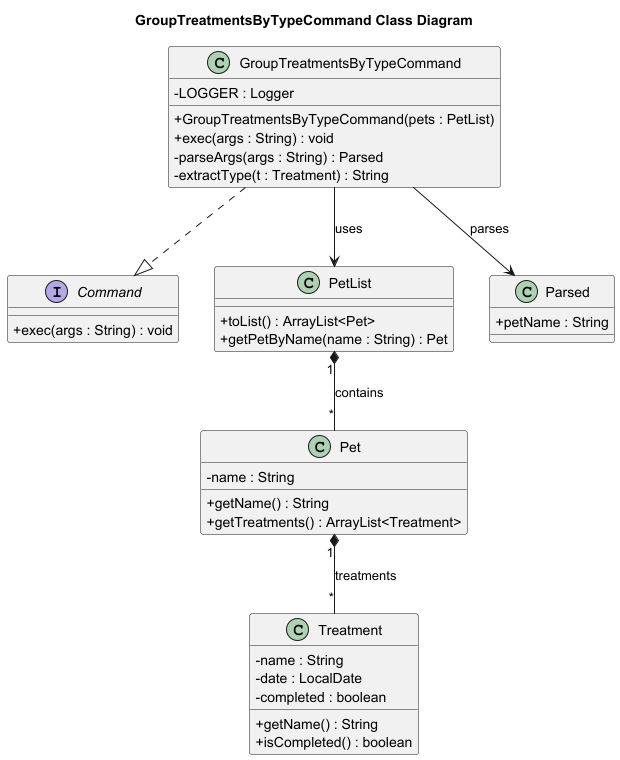
Before: docs/diagrams/GroupTreatmentsByTypeCommand_Class_Diagram.png, a diagram exported from PlantUML (Kevin88866/tp).
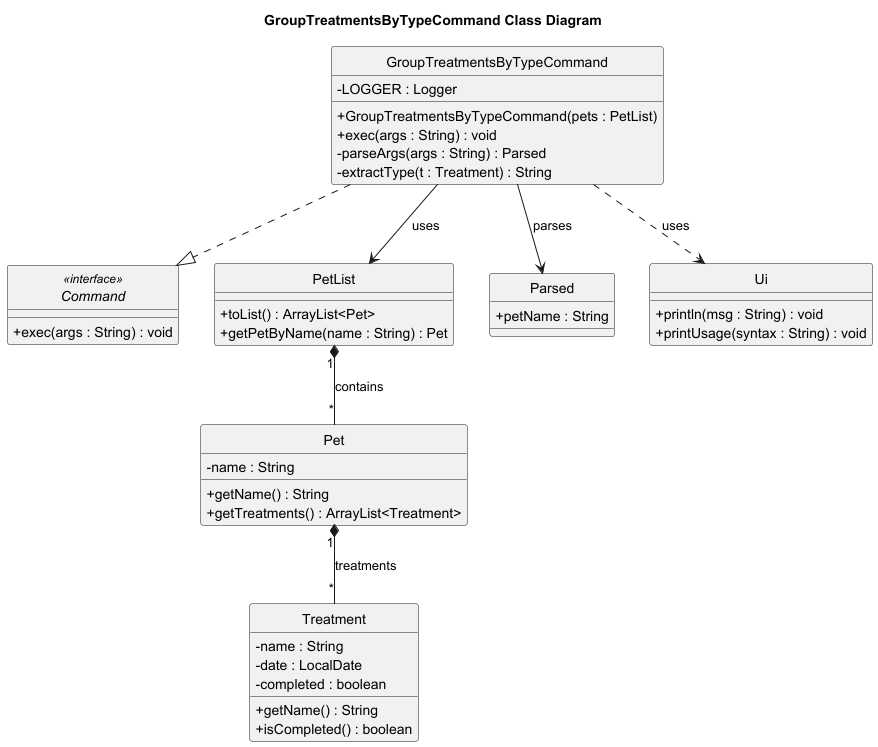
The same file after the commit.

What changed in the source:
```diff
@@ -1,8 +1,9 @@
 @startuml
 skinparam classAttributeIconSize 0
 title GroupTreatmentsByTypeCommand Class Diagram
+hide circle
 
-interface Command {
+interface Command <<interface>>{
   +exec(args : String) : void
 }
 
@@ -42,5 +43,9 @@
 PetList "1" *-- "*" Pet : contains
 Pet "1" *-- "*" Treatment : treatments
 GroupTreatmentsByTypeCommand --> Parsed : parses
-
+class Ui {
+  +println(msg : String) : void
+  +printUsage(syntax : String) : void
+}
+GroupTreatmentsByTypeCommand ..> Ui : uses
 @enduml
```
